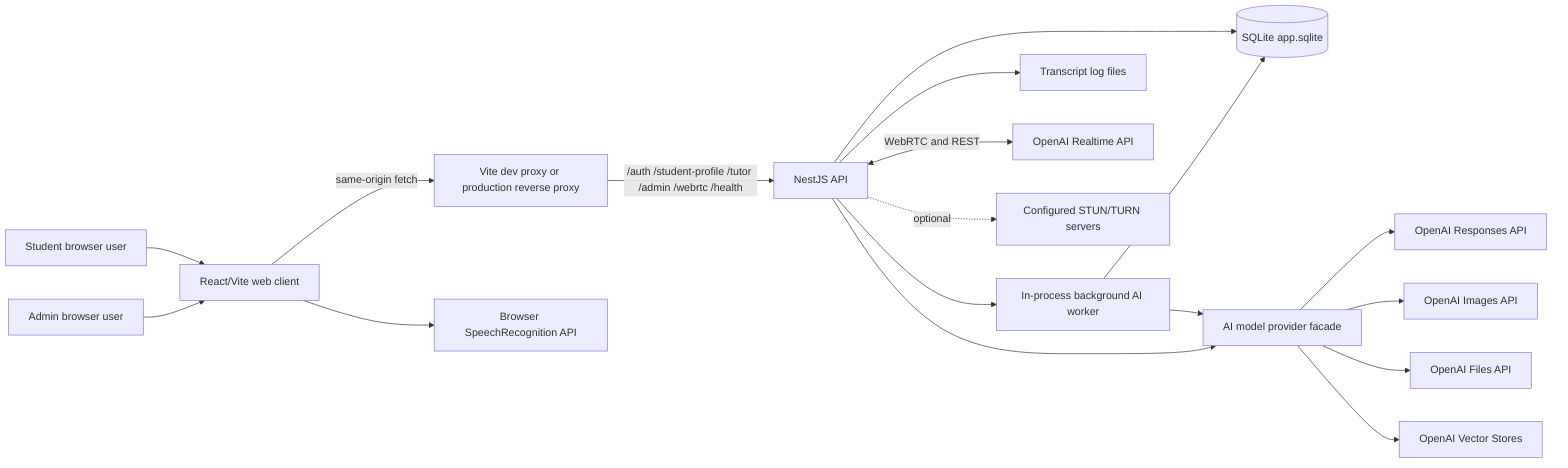
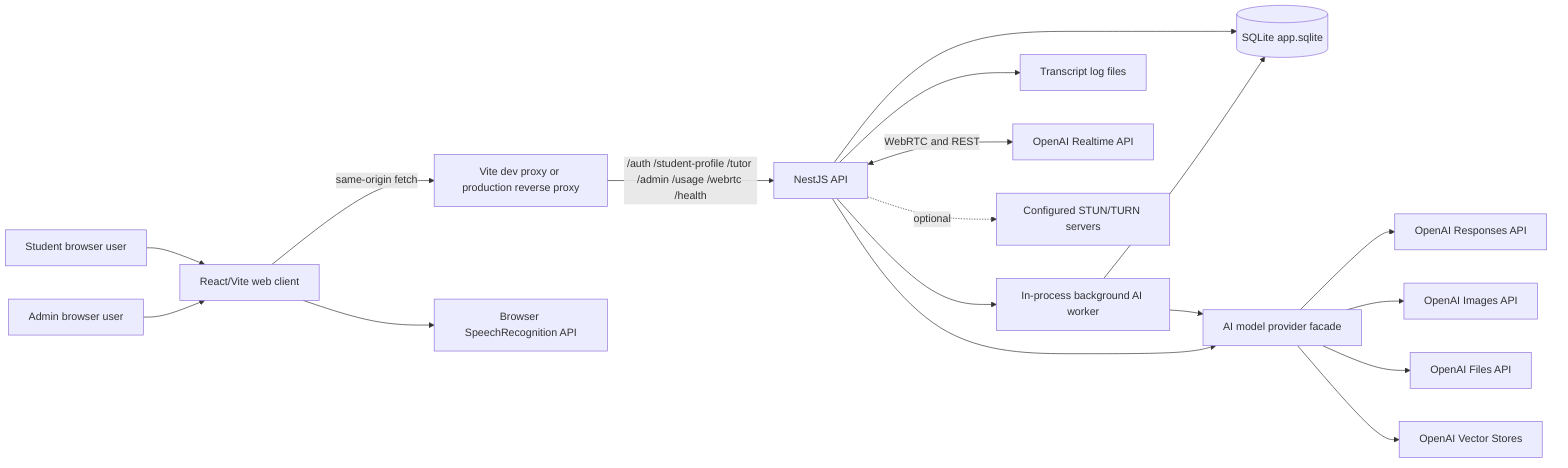
flowchart LR
  Student[Student browser user] --> Web[React/Vite web client]
  Admin[Admin browser user] --> Web
  Web -->|same-origin fetch| Proxy[Vite dev proxy or production reverse proxy]
-   Proxy -->|/auth /student-profile /tutor /admin /webrtc /health| API[NestJS API]
+   Proxy -->|/auth /student-profile /tutor /admin /usage /webrtc /health| API[NestJS API]
  Web --> Speech[Browser SpeechRecognition API]
  API --> SQLite[(SQLite app.sqlite)]
  API --> BackgroundJobs[In-process background AI worker]
  BackgroundJobs --> SQLite
  BackgroundJobs --> ModelProvider
  API --> TranscriptFiles[Transcript log files]
  API --> ModelProvider[AI model provider facade]
  ModelProvider --> OpenAIResponses[OpenAI Responses API]
  ModelProvider --> OpenAIImages[OpenAI Images API]
  ModelProvider --> OpenAIFiles[OpenAI Files API]
  ModelProvider --> OpenAIVectors[OpenAI Vector Stores]
  API <-->|WebRTC and REST| OpenAIRealtime[OpenAI Realtime API]
  API -. optional .-> STUN[Configured STUN/TURN servers]
